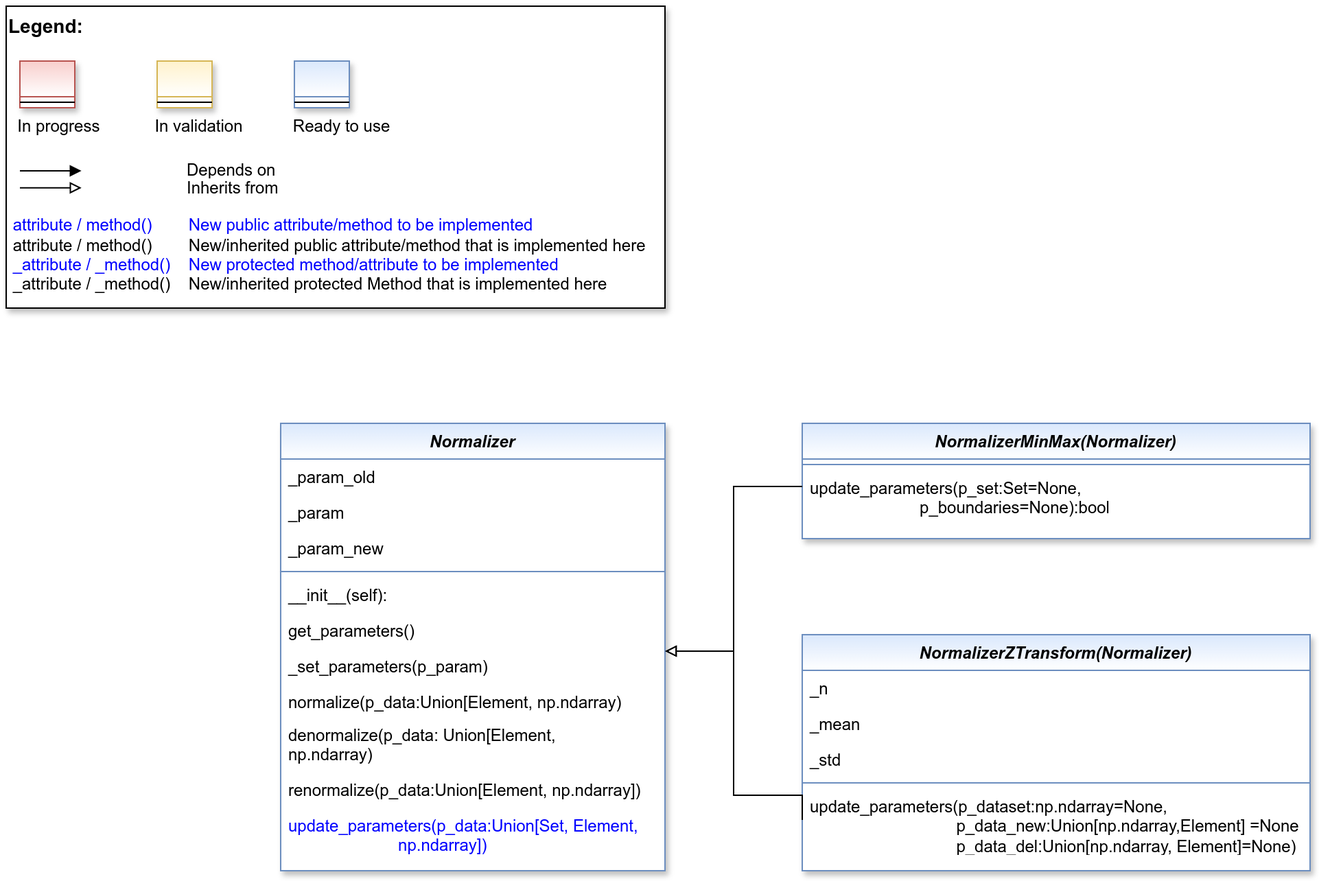
This is doc/rtd/content/99_appendices/appendix2/sub/mlpro_bf/layer2_mathematics/images/MLPro-BF-Math-Normalizers_class_diagram.drawio.png from fhswf/MLPro, a draw.io export, as it was before one commit. Source tidied: cells renumbered, new cells last; positions are measured from the earlier drawing's top-left corner, leaving out a move shared by most shapes.
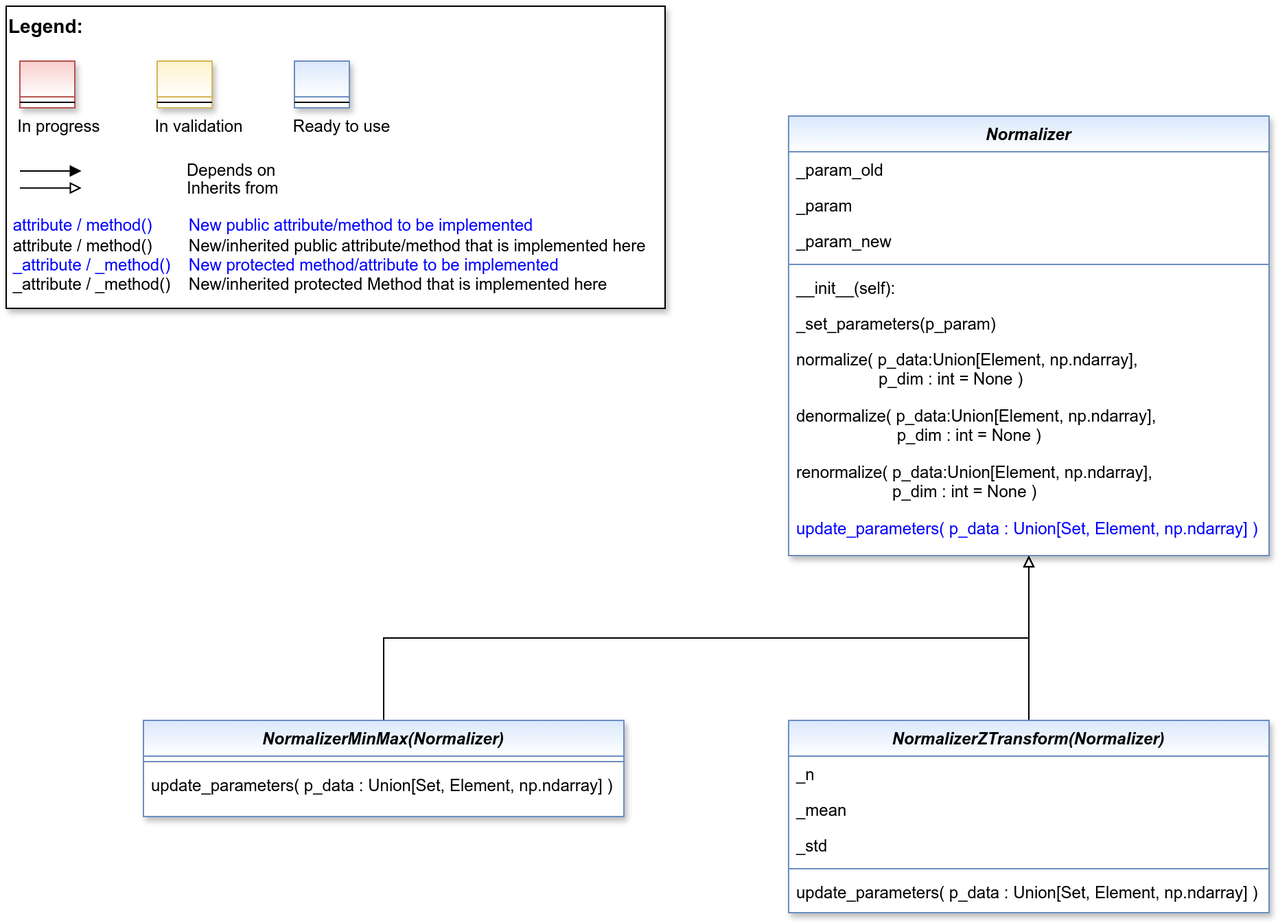
The same file after the commit.

What changed in the source:
```diff
@@ -3,126 +3,116 @@
     <mxCell id="0" />
     <mxCell id="1" parent="0" />
     <mxCell id="2" value="Normalizer" style="swimlane;fontStyle=3;align=center;verticalAlign=top;horizontal=1;startSize=26;rounded=0;shadow=1;strokeWidth=1;fillColor=#dae8fc;strokeColor=#6c8ebf;gradientColor=#FFFFFF;swimlaneFillColor=#FFFFFF;" parent="1" vertex="1">
-      <mxGeometry x="200" y="304" width="280" height="326" as="geometry" />
+      <mxGeometry x="570" y="80" width="350" height="320" as="geometry" />
     </mxCell>
     <mxCell id="3" value="_param_old" style="text;align=left;verticalAlign=top;spacingLeft=4;spacingRight=4;overflow=hidden;rounded=0;shadow=0;html=0;" parent="2" vertex="1">
-      <mxGeometry y="26" width="280" height="26" as="geometry" />
+      <mxGeometry y="26" width="350" height="26" as="geometry" />
     </mxCell>
     <mxCell id="4" value="_param" style="text;align=left;verticalAlign=top;spacingLeft=4;spacingRight=4;overflow=hidden;rounded=0;shadow=0;html=0;" parent="2" vertex="1">
-      <mxGeometry y="52" width="280" height="26" as="geometry" />
+      <mxGeometry y="52" width="350" height="26" as="geometry" />
     </mxCell>
     <mxCell id="5" value="_param_new" style="text;align=left;verticalAlign=top;spacingLeft=4;spacingRight=4;overflow=hidden;rounded=0;shadow=0;html=0;" parent="2" vertex="1">
-      <mxGeometry y="78" width="280" height="26" as="geometry" />
+      <mxGeometry y="78" width="350" height="26" as="geometry" />
     </mxCell>
     <mxCell id="6" style="line;html=1;strokeWidth=1;align=left;verticalAlign=middle;spacingTop=-1;spacingLeft=3;spacingRight=3;labelPosition=right;fillColor=#dae8fc;strokeColor=#6c8ebf;gradientColor=#FFFFFF;" parent="2" vertex="1">
-      <mxGeometry y="104" width="280" height="8" as="geometry" />
+      <mxGeometry y="104" width="350" height="8" as="geometry" />
     </mxCell>
     <mxCell id="7" value="__init__(self):" style="text;align=left;verticalAlign=top;spacingLeft=4;spacingRight=4;overflow=hidden;" parent="2" vertex="1">
-      <mxGeometry y="112" width="280" height="26" as="geometry" />
+      <mxGeometry y="112" width="350" height="26" as="geometry" />
     </mxCell>
-    <mxCell id="8" value="get_parameters()" style="text;align=left;verticalAlign=top;spacingLeft=4;spacingRight=4;overflow=hidden;" parent="2" vertex="1">
-      <mxGeometry y="138" width="280" height="26" as="geometry" />
+    <mxCell id="8" value="_set_parameters(p_param)" style="text;align=left;verticalAlign=top;spacingLeft=4;spacingRight=4;overflow=hidden;fontColor=#000000;" parent="2" vertex="1">
+      <mxGeometry y="138" width="350" height="26" as="geometry" />
     </mxCell>
-    <mxCell id="9" value="_set_parameters(p_param)" style="text;align=left;verticalAlign=top;spacingLeft=4;spacingRight=4;overflow=hidden;fontColor=#000000;" parent="2" vertex="1">
-      <mxGeometry y="164" width="280" height="26" as="geometry" />
+    <mxCell id="9" value="normalize( p_data:Union[Element, np.ndarray], &#10;                  p_dim : int = None )" style="text;align=left;verticalAlign=top;spacingLeft=4;spacingRight=4;overflow=hidden;whiteSpace=wrap;" parent="2" vertex="1">
+      <mxGeometry y="164" width="350" height="41" as="geometry" />
     </mxCell>
-    <mxCell id="10" value="normalize(p_data:Union[Element, np.ndarray)" style="text;align=left;verticalAlign=top;spacingLeft=4;spacingRight=4;overflow=hidden;whiteSpace=wrap;" parent="2" vertex="1">
-      <mxGeometry y="190" width="280" height="24" as="geometry" />
+    <mxCell id="10" value="denormalize( p_data:Union[Element, np.ndarray], &#10;                      p_dim : int = None )" style="text;align=left;verticalAlign=top;spacingLeft=4;spacingRight=4;overflow=hidden;whiteSpace=wrap;" parent="2" vertex="1">
+      <mxGeometry y="205" width="350" height="41" as="geometry" />
     </mxCell>
-    <mxCell id="11" value="denormalize(p_data: Union[Element,                      np.ndarray)" style="text;align=left;verticalAlign=top;spacingLeft=4;spacingRight=4;overflow=hidden;whiteSpace=wrap;" parent="2" vertex="1">
-      <mxGeometry y="214" width="280" height="40" as="geometry" />
+    <mxCell id="11" value="renormalize( p_data:Union[Element, np.ndarray], &#10;                     p_dim : int = None )" style="text;align=left;verticalAlign=top;spacingLeft=4;spacingRight=4;overflow=hidden;whiteSpace=wrap;" parent="2" vertex="1">
+      <mxGeometry y="246" width="350" height="41" as="geometry" />
     </mxCell>
-    <mxCell id="12" value="renormalize(p_data:Union[Element, np.ndarray])" style="text;align=left;verticalAlign=top;spacingLeft=4;spacingRight=4;overflow=hidden;fontColor=#000000;" parent="2" vertex="1">
-      <mxGeometry y="254" width="280" height="26" as="geometry" />
+    <mxCell id="12" value="update_parameters( p_data : Union[Set, Element, np.ndarray] )" style="text;align=left;verticalAlign=top;spacingLeft=4;spacingRight=4;overflow=hidden;fontColor=#0000FF;whiteSpace=wrap;" parent="2" vertex="1">
+      <mxGeometry y="287" width="350" height="28" as="geometry" />
     </mxCell>
-    <mxCell id="13" value="update_parameters(p_data:Union[Set, Element,                         np.ndarray])" style="text;align=left;verticalAlign=top;spacingLeft=4;spacingRight=4;overflow=hidden;fontColor=#0000FF;whiteSpace=wrap;" parent="2" vertex="1">
-      <mxGeometry y="280" width="280" height="44" as="geometry" />
+    <mxCell id="13" style="edgeStyle=orthogonalEdgeStyle;rounded=0;jettySize=auto;html=1;endArrow=block;endFill=0;" parent="1" edge="1" source="14" target="2">
+      <mxGeometry relative="1" as="geometry">
+        <Array as="points">
+          <mxPoint x="275" y="460" />
+          <mxPoint x="745" y="460" />
+        </Array>
+      </mxGeometry>
     </mxCell>
     <mxCell id="14" value="NormalizerMinMax(Normalizer)" style="swimlane;fontStyle=3;align=center;verticalAlign=top;horizontal=1;startSize=26;rounded=0;shadow=1;strokeWidth=1;fillColor=#dae8fc;strokeColor=#6c8ebf;gradientColor=#FFFFFF;swimlaneFillColor=#FFFFFF;" parent="1" vertex="1">
-      <mxGeometry x="580" y="304" width="370" height="84" as="geometry" />
+      <mxGeometry x="100" y="520" width="350" height="70" as="geometry" />
     </mxCell>
     <mxCell id="15" style="line;html=1;strokeWidth=1;align=left;verticalAlign=middle;spacingTop=-1;spacingLeft=3;spacingRight=3;labelPosition=right;fillColor=#dae8fc;strokeColor=#6c8ebf;" parent="14" vertex="1">
-      <mxGeometry y="26" width="370" height="8" as="geometry" />
+      <mxGeometry y="26" width="350" height="8" as="geometry" />
     </mxCell>
-    <mxCell id="16" value="update_parameters(p_set:Set=None,                         p_boundaries=None):bool" style="text;align=left;verticalAlign=top;spacingLeft=4;spacingRight=4;overflow=hidden;fontColor=#000000;whiteSpace=wrap;" parent="14" vertex="1">
-      <mxGeometry y="34" width="370" height="50" as="geometry" />
+    <mxCell id="16" value="update_parameters( p_data : Union[Set, Element, np.ndarray] )" style="text;align=left;verticalAlign=top;spacingLeft=4;spacingRight=4;overflow=hidden;fontColor=default;whiteSpace=wrap;" parent="14" vertex="1">
+      <mxGeometry y="34" width="350" height="28" as="geometry" />
     </mxCell>
-    <mxCell id="17" style="edgeStyle=orthogonalEdgeStyle;rounded=0;jettySize=auto;html=1;fontColor=#000000;endArrow=block;endFill=0;" parent="1" edge="1" source="14">
-      <mxGeometry relative="1" as="geometry">
-        <mxPoint x="480" y="470" as="targetPoint" />
-        <Array as="points">
-          <mxPoint x="530" y="350" />
-          <mxPoint x="530" y="470" />
-        </Array>
-      </mxGeometry>
+    <mxCell id="17" style="edgeStyle=orthogonalEdgeStyle;rounded=0;jettySize=auto;html=1;endArrow=block;endFill=0;" parent="1" edge="1" source="18" target="2">
+      <mxGeometry relative="1" as="geometry" />
     </mxCell>
     <mxCell id="18" value="NormalizerZTransform(Normalizer)" style="swimlane;fontStyle=3;align=center;verticalAlign=top;horizontal=1;startSize=26;rounded=0;shadow=1;strokeWidth=1;fillColor=#dae8fc;strokeColor=#6c8ebf;gradientColor=#FFFFFF;swimlaneFillColor=#FFFFFF;" parent="1" vertex="1">
-      <mxGeometry x="580" y="458" width="370" height="172" as="geometry" />
+      <mxGeometry x="570" y="520" width="350" height="140" as="geometry" />
     </mxCell>
     <mxCell id="19" value="_n" style="text;align=left;verticalAlign=top;spacingLeft=4;spacingRight=4;overflow=hidden;rounded=0;shadow=0;html=0;" parent="18" vertex="1">
-      <mxGeometry y="26" width="370" height="26" as="geometry" />
+      <mxGeometry y="26" width="350" height="26" as="geometry" />
     </mxCell>
     <mxCell id="20" value="_mean" style="text;align=left;verticalAlign=top;spacingLeft=4;spacingRight=4;overflow=hidden;rounded=0;shadow=0;html=0;" parent="18" vertex="1">
-      <mxGeometry y="52" width="370" height="26" as="geometry" />
+      <mxGeometry y="52" width="350" height="26" as="geometry" />
     </mxCell>
     <mxCell id="21" value="_std" style="text;align=left;verticalAlign=top;spacingLeft=4;spacingRight=4;overflow=hidden;rounded=0;shadow=0;html=0;" parent="18" vertex="1">
-      <mxGeometry y="78" width="370" height="26" as="geometry" />
+      <mxGeometry y="78" width="350" height="26" as="geometry" />
     </mxCell>
     <mxCell id="22" style="line;html=1;strokeWidth=1;align=left;verticalAlign=middle;spacingTop=-1;spacingLeft=3;spacingRight=3;labelPosition=right;fillColor=#dae8fc;strokeColor=#6c8ebf;gradientColor=#FFFFFF;" parent="18" vertex="1">
-      <mxGeometry y="104" width="370" height="8" as="geometry" />
+      <mxGeometry y="104" width="350" height="8" as="geometry" />
     </mxCell>
-    <mxCell id="23" value="update_parameters(p_dataset:np.ndarray=None,                                 p_data_new:Union[np.ndarray,Element] =None&#10;                                p_data_del:Union[np.ndarray, Element]=None)" style="text;align=left;verticalAlign=top;spacingLeft=4;spacingRight=4;overflow=hidden;points=[[0,0.5],[1,0.5]];portConstraint=eastwest;fontColor=#000000;whiteSpace=wrap;" parent="18" vertex="1">
-      <mxGeometry y="112" width="370" height="46" as="geometry" />
+    <mxCell id="23" value="update_parameters( p_data : Union[Set, Element, np.ndarray] )" style="text;align=left;verticalAlign=top;spacingLeft=4;spacingRight=4;overflow=hidden;points=[[0,0.5],[1,0.5]];portConstraint=eastwest;fontColor=default;whiteSpace=wrap;" parent="18" vertex="1">
+      <mxGeometry y="112" width="350" height="28" as="geometry" />
     </mxCell>
-    <mxCell id="24" style="edgeStyle=orthogonalEdgeStyle;rounded=0;jettySize=auto;html=1;fontColor=#000000;endArrow=block;endFill=0;exitX=0;exitY=0.5;exitDx=0;exitDy=0;" parent="1" edge="1" source="23">
-      <mxGeometry relative="1" as="geometry">
-        <mxPoint x="480" y="470" as="targetPoint" />
-        <Array as="points">
-          <mxPoint x="530" y="575" />
-          <mxPoint x="530" y="470" />
-        </Array>
-      </mxGeometry>
+    <mxCell id="24" style="group;" parent="1" vertex="1">
+      <mxGeometry width="480" height="220" as="geometry" />
     </mxCell>
-    <mxCell id="25" style="group;" parent="1" vertex="1">
+    <mxCell id="25" value="&lt;font color=&quot;#000000&quot; size=&quot;1&quot;&gt;&lt;b style=&quot;font-size: 14px&quot;&gt;Legend:&lt;br&gt;&lt;/b&gt;&lt;/font&gt;&lt;br&gt;&lt;br&gt;&lt;br&gt;&lt;font color=&quot;#0000ff&quot; style=&quot;font-size: 6px&quot;&gt;&lt;br&gt;&lt;/font&gt;&lt;span style=&quot;color: rgb(0 , 0 , 0)&quot;&gt;&lt;font style=&quot;font-size: 4px&quot;&gt;&amp;nbsp; &amp;nbsp;&lt;/font&gt;&amp;nbsp;In progress&amp;nbsp; &amp;nbsp; &amp;nbsp; &amp;nbsp; &amp;nbsp; &amp;nbsp; In validation&amp;nbsp; &amp;nbsp; &amp;nbsp; &amp;nbsp; &amp;nbsp; &amp;nbsp;Ready to use&lt;/span&gt;&lt;font color=&quot;#000000&quot;&gt;&amp;nbsp;&lt;br&gt;&lt;/font&gt;&lt;font color=&quot;#0000ff&quot;&gt;&lt;br&gt;&lt;br&gt;&lt;br&gt;&lt;br&gt;&amp;nbsp;attribute / method()&amp;nbsp; &amp;nbsp; &amp;nbsp; &amp;nbsp; New public attribute/method to be implemented&lt;/font&gt;&lt;br&gt;&lt;font color=&quot;#000000&quot;&gt;&amp;nbsp;&lt;/font&gt;&lt;font color=&quot;#000000&quot;&gt;attribute / method()&lt;span&gt;&#9;&lt;/span&gt;&amp;nbsp; &amp;nbsp; &amp;nbsp; &amp;nbsp;New/inherited public attribute/method that is implemented here&lt;br&gt;&lt;/font&gt;&lt;font color=&quot;#0000ff&quot;&gt;&amp;nbsp;_attribute /&amp;nbsp;&lt;/font&gt;&lt;font color=&quot;#0000ff&quot;&gt;_method()&amp;nbsp; &amp;nbsp; New protected method/attribute to be implemented&lt;/font&gt;&lt;br&gt;&lt;font color=&quot;#000000&quot;&gt;&amp;nbsp;_attribute / _method()&amp;nbsp; &amp;nbsp; New/inherited protected Method that is implemented here&lt;br&gt;&lt;/font&gt;&lt;font color=&quot;#000000&quot;&gt;&lt;br&gt;&lt;br&gt;&lt;br&gt;&lt;br&gt;&lt;br&gt;&lt;/font&gt;" style="text;html=1;align=left;verticalAlign=top;whiteSpace=wrap;rounded=0;fontColor=#006600;strokeColor=#000000;shadow=1;fillColor=#ffffff;" parent="24" vertex="1">
       <mxGeometry width="480" height="220" as="geometry" />
     </mxCell>
-    <mxCell id="26" value="&lt;font color=&quot;#000000&quot; size=&quot;1&quot;&gt;&lt;b style=&quot;font-size: 14px&quot;&gt;Legend:&lt;br&gt;&lt;/b&gt;&lt;/font&gt;&lt;br&gt;&lt;br&gt;&lt;br&gt;&lt;font color=&quot;#0000ff&quot; style=&quot;font-size: 6px&quot;&gt;&lt;br&gt;&lt;/font&gt;&lt;span style=&quot;color: rgb(0 , 0 , 0)&quot;&gt;&lt;font style=&quot;font-size: 4px&quot;&gt;&amp;nbsp; &amp;nbsp;&lt;/font&gt;&amp;nbsp;In progress&amp;nbsp; &amp;nbsp; &amp;nbsp; &amp;nbsp; &amp;nbsp; &amp;nbsp; In validation&amp;nbsp; &amp;nbsp; &amp;nbsp; &amp;nbsp; &amp;nbsp; &amp;nbsp;Ready to use&lt;/span&gt;&lt;font color=&quot;#000000&quot;&gt;&amp;nbsp;&lt;br&gt;&lt;/font&gt;&lt;font color=&quot;#0000ff&quot;&gt;&lt;br&gt;&lt;br&gt;&lt;br&gt;&lt;br&gt;&amp;nbsp;attribute / method()&amp;nbsp; &amp;nbsp; &amp;nbsp; &amp;nbsp; New public attribute/method to be implemented&lt;/font&gt;&lt;br&gt;&lt;font color=&quot;#000000&quot;&gt;&amp;nbsp;&lt;/font&gt;&lt;font color=&quot;#000000&quot;&gt;attribute / method()&lt;span&gt;&#9;&lt;/span&gt;&amp;nbsp; &amp;nbsp; &amp;nbsp; &amp;nbsp;New/inherited public attribute/method that is implemented here&lt;br&gt;&lt;/font&gt;&lt;font color=&quot;#0000ff&quot;&gt;&amp;nbsp;_attribute /&amp;nbsp;&lt;/font&gt;&lt;font color=&quot;#0000ff&quot;&gt;_method()&amp;nbsp; &amp;nbsp; New protected method/attribute to be implemented&lt;/font&gt;&lt;br&gt;&lt;font color=&quot;#000000&quot;&gt;&amp;nbsp;_attribute / _method()&amp;nbsp; &amp;nbsp; New/inherited protected Method that is implemented here&lt;br&gt;&lt;/font&gt;&lt;font color=&quot;#000000&quot;&gt;&lt;br&gt;&lt;br&gt;&lt;br&gt;&lt;br&gt;&lt;br&gt;&lt;/font&gt;" style="text;html=1;align=left;verticalAlign=top;whiteSpace=wrap;rounded=0;fontColor=#006600;strokeColor=#000000;shadow=1;fillColor=#ffffff;" parent="25" vertex="1">
-      <mxGeometry width="480" height="220" as="geometry" />
+    <mxCell id="26" value="Depends on" style="endArrow=block;html=1;labelPosition=right;verticalLabelPosition=middle;align=left;verticalAlign=middle;endFill=1;fontSize=12;" parent="24" edge="1">
+      <mxGeometry x="-1590" y="-2180" as="geometry">
+        <mxPoint x="10" y="120" as="sourcePoint" />
+        <mxPoint x="54.8" y="120" as="targetPoint" />
+        <Array as="points">
+          <mxPoint x="30" y="120" />
+        </Array>
+        <mxPoint x="98" as="offset" />
+      </mxGeometry>
     </mxCell>
-    <mxCell id="27" value="Depends on" style="endArrow=block;html=1;labelPosition=right;verticalLabelPosition=middle;align=left;verticalAlign=middle;endFill=1;fontSize=12;" parent="25" edge="1">
+    <mxCell id="27" value="Inherits from" style="endArrow=block;html=1;labelPosition=right;verticalLabelPosition=middle;align=left;verticalAlign=middle;endFill=0;fontSize=12;" parent="24" edge="1">
       <mxGeometry x="-1590" y="-2180" as="geometry">
-        <mxPoint x="10" y="120" as="sourcePoint" />
-        <mxPoint x="54.8" y="120" as="targetPoint" />
-        <Array as="points">
-          <mxPoint x="30" y="120" />
-        </Array>
-        <mxPoint x="98" as="offset" />
+        <mxPoint x="10" y="132.4" as="sourcePoint" />
+        <mxPoint x="54.8" y="132.4" as="targetPoint" />
+        <mxPoint x="98" y="1" as="offset" />
       </mxGeometry>
     </mxCell>
-    <mxCell id="28" value="Inherits from" style="endArrow=block;html=1;labelPosition=right;verticalLabelPosition=middle;align=left;verticalAlign=middle;endFill=0;fontSize=12;" parent="25" edge="1">
-      <mxGeometry x="-1590" y="-2180" as="geometry">
-        <mxPoint x="10" y="132.4" as="sourcePoint" />
-        <mxPoint x="54.8" y="132.4" as="targetPoint" />
-        <mxPoint x="98" y="1" as="offset" />
-      </mxGeometry>
+    <mxCell id="28" style="swimlane;fontStyle=3;align=center;verticalAlign=top;horizontal=1;startSize=26;rounded=0;shadow=1;strokeWidth=1;fillColor=#f8cecc;strokeColor=#b85450;gradientColor=#ffffff;swimlaneFillColor=#ffffff;" parent="24" vertex="1">
+      <mxGeometry x="10" y="40" width="40" height="34" as="geometry" />
     </mxCell>
-    <mxCell id="29" style="swimlane;fontStyle=3;align=center;verticalAlign=top;horizontal=1;startSize=26;rounded=0;shadow=1;strokeWidth=1;fillColor=#f8cecc;strokeColor=#b85450;gradientColor=#ffffff;swimlaneFillColor=#ffffff;" parent="25" vertex="1">
-      <mxGeometry x="10" y="40" width="40" height="34" as="geometry" />
+    <mxCell id="29" style="line;html=1;strokeWidth=1;align=left;verticalAlign=middle;spacingTop=-1;spacingLeft=3;spacingRight=3;labelPosition=right;" parent="28" vertex="1">
+      <mxGeometry y="26" width="40" height="8" as="geometry" />
     </mxCell>
-    <mxCell id="30" style="line;html=1;strokeWidth=1;align=left;verticalAlign=middle;spacingTop=-1;spacingLeft=3;spacingRight=3;labelPosition=right;" parent="29" vertex="1">
-      <mxGeometry y="26" width="40" height="8" as="geometry" />
+    <mxCell id="30" style="swimlane;fontStyle=3;align=center;verticalAlign=top;horizontal=1;startSize=26;rounded=0;shadow=1;strokeWidth=1;fillColor=#fff2cc;strokeColor=#d6b656;gradientColor=#ffffff;swimlaneFillColor=#ffffff;" parent="24" vertex="1">
+      <mxGeometry x="110" y="40" width="40" height="34" as="geometry" />
     </mxCell>
-    <mxCell id="31" style="swimlane;fontStyle=3;align=center;verticalAlign=top;horizontal=1;startSize=26;rounded=0;shadow=1;strokeWidth=1;fillColor=#fff2cc;strokeColor=#d6b656;gradientColor=#ffffff;swimlaneFillColor=#ffffff;" parent="25" vertex="1">
-      <mxGeometry x="110" y="40" width="40" height="34" as="geometry" />
+    <mxCell id="31" style="line;html=1;strokeWidth=1;align=left;verticalAlign=middle;spacingTop=-1;spacingLeft=3;spacingRight=3;labelPosition=right;" parent="30" vertex="1">
+      <mxGeometry y="26" width="40" height="8" as="geometry" />
     </mxCell>
-    <mxCell id="32" style="line;html=1;strokeWidth=1;align=left;verticalAlign=middle;spacingTop=-1;spacingLeft=3;spacingRight=3;labelPosition=right;" parent="31" vertex="1">
-      <mxGeometry y="26" width="40" height="8" as="geometry" />
+    <mxCell id="32" style="swimlane;fontStyle=3;align=center;verticalAlign=top;horizontal=1;startSize=26;rounded=0;shadow=1;strokeWidth=1;fillColor=#dae8fc;strokeColor=#6c8ebf;gradientColor=#ffffff;swimlaneFillColor=#ffffff;" parent="24" vertex="1">
+      <mxGeometry x="210" y="40" width="40" height="34" as="geometry" />
     </mxCell>
-    <mxCell id="33" style="swimlane;fontStyle=3;align=center;verticalAlign=top;horizontal=1;startSize=26;rounded=0;shadow=1;strokeWidth=1;fillColor=#dae8fc;strokeColor=#6c8ebf;gradientColor=#ffffff;swimlaneFillColor=#ffffff;" parent="25" vertex="1">
-      <mxGeometry x="210" y="40" width="40" height="34" as="geometry" />
+    <mxCell id="33" style="line;html=1;strokeWidth=1;align=left;verticalAlign=middle;spacingTop=-1;spacingLeft=3;spacingRight=3;labelPosition=right;" parent="32" vertex="1">
+      <mxGeometry y="26" width="40" height="8" as="geometry" />
     </mxCell>
-    <mxCell id="34" style="line;html=1;strokeWidth=1;align=left;verticalAlign=middle;spacingTop=-1;spacingLeft=3;spacingRight=3;labelPosition=right;" parent="33" vertex="1">
-      <mxGeometry y="26" width="40" height="8" as="geometry" />
-    </mxCell>
   </root>
 </mxGraphModel>
```
